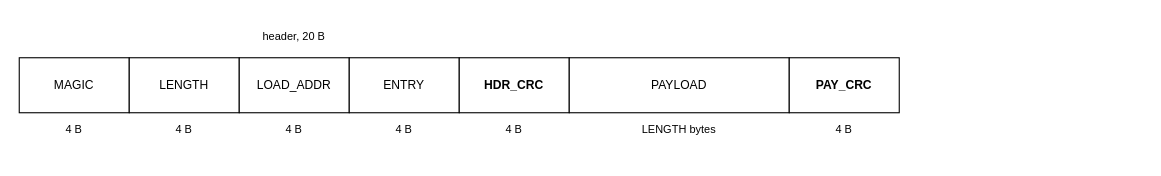
Above: page "Boot frame" (3 of 5) of doc/figures/drawio/QNSC_BOOT.drawio in quynhonsemiconductor/vlsi_deep_training (draw.io), before the change. Source tidied: cells renumbered, new cells numbered last; positions are measured from the earlier drawing's top-left corner, leaving out a move shared by most shapes. Both pictures are drawn from the tidied source at 110%, with x=0, y=0 at pixel (19, 19).
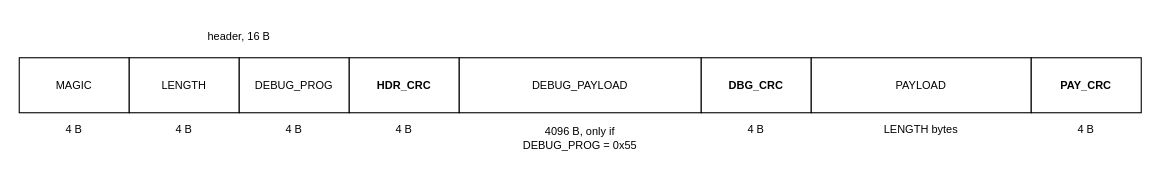
The same page after the edit.

What changed in the source:
```diff
@@
 <mxGraphModel>
   <root>
     <mxCell id="0" />
     <mxCell id="1" parent="0" />
-    <mxCell id="2" value="MAGIC" style="rounded=0;whiteSpace=wrap;html=1;fillColor=#ffffff;strokeColor=#000000;fontSize=11;dashed=0;verticalAlign=middle;" parent="1" vertex="1">
+    <mxCell id="2" value="MAGIC" style="rounded=0;whiteSpace=wrap;html=1;fillColor=#ffffff;strokeColor=#000000;fontSize=10;dashed=0;verticalAlign=middle;" parent="1" vertex="1">
       <mxGeometry y="35" width="100" height="50" as="geometry" />
     </mxCell>
     <mxCell id="3" value="4 B" style="rounded=0;whiteSpace=wrap;html=1;fillColor=none;strokeColor=none;fontSize=10;dashed=0;verticalAlign=middle;" parent="1" vertex="1">
       <mxGeometry y="90" width="100" height="20" as="geometry" />
     </mxCell>
-    <mxCell id="4" value="LENGTH" style="rounded=0;whiteSpace=wrap;html=1;fillColor=#ffffff;strokeColor=#000000;fontSize=11;dashed=0;verticalAlign=middle;" parent="1" vertex="1">
+    <mxCell id="4" value="LENGTH" style="rounded=0;whiteSpace=wrap;html=1;fillColor=#ffffff;strokeColor=#000000;fontSize=10;dashed=0;verticalAlign=middle;" parent="1" vertex="1">
       <mxGeometry x="100" y="35" width="100" height="50" as="geometry" />
     </mxCell>
     <mxCell id="5" value="4 B" style="rounded=0;whiteSpace=wrap;html=1;fillColor=none;strokeColor=none;fontSize=10;dashed=0;verticalAlign=middle;" parent="1" vertex="1">
       <mxGeometry x="100" y="90" width="100" height="20" as="geometry" />
     </mxCell>
-    <mxCell id="6" value="LOAD_ADDR" style="rounded=0;whiteSpace=wrap;html=1;fillColor=#ffffff;strokeColor=#000000;fontSize=11;dashed=0;verticalAlign=middle;" parent="1" vertex="1">
+    <mxCell id="6" value="DEBUG_PROG" style="rounded=0;whiteSpace=wrap;html=1;fillColor=#ffffff;strokeColor=#000000;fontSize=10;dashed=0;verticalAlign=middle;" parent="1" vertex="1">
       <mxGeometry x="200" y="35" width="100" height="50" as="geometry" />
     </mxCell>
     <mxCell id="7" value="4 B" style="rounded=0;whiteSpace=wrap;html=1;fillColor=none;strokeColor=none;fontSize=10;dashed=0;verticalAlign=middle;" parent="1" vertex="1">
       <mxGeometry x="200" y="90" width="100" height="20" as="geometry" />
     </mxCell>
-    <mxCell id="8" value="ENTRY" style="rounded=0;whiteSpace=wrap;html=1;fillColor=#ffffff;strokeColor=#000000;fontSize=11;dashed=0;verticalAlign=middle;" parent="1" vertex="1">
+    <mxCell id="8" value="HDR_CRC" style="rounded=0;whiteSpace=wrap;html=1;fillColor=#ffffff;strokeColor=#000000;fontSize=10;dashed=0;fontStyle=1;verticalAlign=middle;" parent="1" vertex="1">
       <mxGeometry x="300" y="35" width="100" height="50" as="geometry" />
     </mxCell>
     <mxCell id="9" value="4 B" style="rounded=0;whiteSpace=wrap;html=1;fillColor=none;strokeColor=none;fontSize=10;dashed=0;verticalAlign=middle;" parent="1" vertex="1">
       <mxGeometry x="300" y="90" width="100" height="20" as="geometry" />
     </mxCell>
-    <mxCell id="10" value="HDR_CRC" style="rounded=0;whiteSpace=wrap;html=1;fillColor=#ffffff;strokeColor=#000000;fontSize=11;dashed=0;fontStyle=1;verticalAlign=middle;" parent="1" vertex="1">
-      <mxGeometry x="400" y="35" width="100" height="50" as="geometry" />
+    <mxCell id="10" value="DEBUG_PAYLOAD" style="rounded=0;whiteSpace=wrap;html=1;fillColor=#ffffff;strokeColor=#000000;fontSize=10;dashed=0;verticalAlign=middle;" parent="1" vertex="1">
+      <mxGeometry x="400" y="35" width="220" height="50" as="geometry" />
     </mxCell>
-    <mxCell id="11" value="4 B" style="rounded=0;whiteSpace=wrap;html=1;fillColor=none;strokeColor=none;fontSize=10;dashed=0;verticalAlign=middle;" parent="1" vertex="1">
-      <mxGeometry x="400" y="90" width="100" height="20" as="geometry" />
+    <mxCell id="11" value="4096 B, only if&#10;DEBUG_PROG = 0x55" style="rounded=0;whiteSpace=wrap;html=1;fillColor=none;strokeColor=none;fontSize=10;dashed=0;verticalAlign=middle;" parent="1" vertex="1">
+      <mxGeometry x="400" y="90" width="220" height="36" as="geometry" />
     </mxCell>
-    <mxCell id="12" value="PAYLOAD" style="rounded=0;whiteSpace=wrap;html=1;fillColor=#ffffff;strokeColor=#000000;fontSize=11;dashed=0;verticalAlign=middle;" parent="1" vertex="1">
-      <mxGeometry x="500" y="35" width="200" height="50" as="geometry" />
+    <mxCell id="12" value="DBG_CRC" style="rounded=0;whiteSpace=wrap;html=1;fillColor=#ffffff;strokeColor=#000000;fontSize=10;dashed=0;fontStyle=1;verticalAlign=middle;" parent="1" vertex="1">
+      <mxGeometry x="620" y="35" width="100" height="50" as="geometry" />
     </mxCell>
-    <mxCell id="13" value="LENGTH bytes" style="rounded=0;whiteSpace=wrap;html=1;fillColor=none;strokeColor=none;fontSize=10;dashed=0;verticalAlign=middle;" parent="1" vertex="1">
-      <mxGeometry x="500" y="90" width="200" height="20" as="geometry" />
+    <mxCell id="13" value="4 B" style="rounded=0;whiteSpace=wrap;html=1;fillColor=none;strokeColor=none;fontSize=10;dashed=0;verticalAlign=middle;" parent="1" vertex="1">
+      <mxGeometry x="620" y="90" width="100" height="20" as="geometry" />
     </mxCell>
-    <mxCell id="14" value="PAY_CRC" style="rounded=0;whiteSpace=wrap;html=1;fillColor=#ffffff;strokeColor=#000000;fontSize=11;dashed=0;fontStyle=1;verticalAlign=middle;" parent="1" vertex="1">
-      <mxGeometry x="700" y="35" width="100" height="50" as="geometry" />
+    <mxCell id="14" value="PAYLOAD" style="rounded=0;whiteSpace=wrap;html=1;fillColor=#ffffff;strokeColor=#000000;fontSize=10;dashed=0;verticalAlign=middle;" parent="1" vertex="1">
+      <mxGeometry x="720" y="35" width="200" height="50" as="geometry" />
     </mxCell>
-    <mxCell id="15" value="4 B" style="rounded=0;whiteSpace=wrap;html=1;fillColor=none;strokeColor=none;fontSize=10;dashed=0;verticalAlign=middle;" parent="1" vertex="1">
-      <mxGeometry x="700" y="90" width="100" height="20" as="geometry" />
+    <mxCell id="15" value="LENGTH bytes" style="rounded=0;whiteSpace=wrap;html=1;fillColor=none;strokeColor=none;fontSize=10;dashed=0;verticalAlign=middle;" parent="1" vertex="1">
+      <mxGeometry x="720" y="90" width="200" height="20" as="geometry" />
     </mxCell>
+    <mxCell id="17" value="PAY_CRC" style="rounded=0;whiteSpace=wrap;html=1;fillColor=#ffffff;strokeColor=#000000;fontSize=10;dashed=0;fontStyle=1;verticalAlign=middle;" parent="1" vertex="1">
+      <mxGeometry x="920" y="35" width="100" height="50" as="geometry" />
+    </mxCell>
+    <mxCell id="18" value="4 B" style="rounded=0;whiteSpace=wrap;html=1;fillColor=none;strokeColor=none;fontSize=10;dashed=0;verticalAlign=middle;" parent="1" vertex="1">
+      <mxGeometry x="920" y="90" width="100" height="20" as="geometry" />
+    </mxCell>
-    <mxCell id="16" value="header, 20 B" style="rounded=0;whiteSpace=wrap;html=1;fillColor=none;strokeColor=none;fontSize=10;dashed=0;verticalAlign=middle;" parent="1" vertex="1">
-      <mxGeometry width="500" height="30" as="geometry" />
+    <mxCell id="16" value="header, 16 B" style="rounded=0;whiteSpace=wrap;html=1;fillColor=none;strokeColor=none;fontSize=10;dashed=0;verticalAlign=middle;" parent="1" vertex="1">
+      <mxGeometry width="400" height="30" as="geometry" />
     </mxCell>
   </root>
 </mxGraphModel>
```
